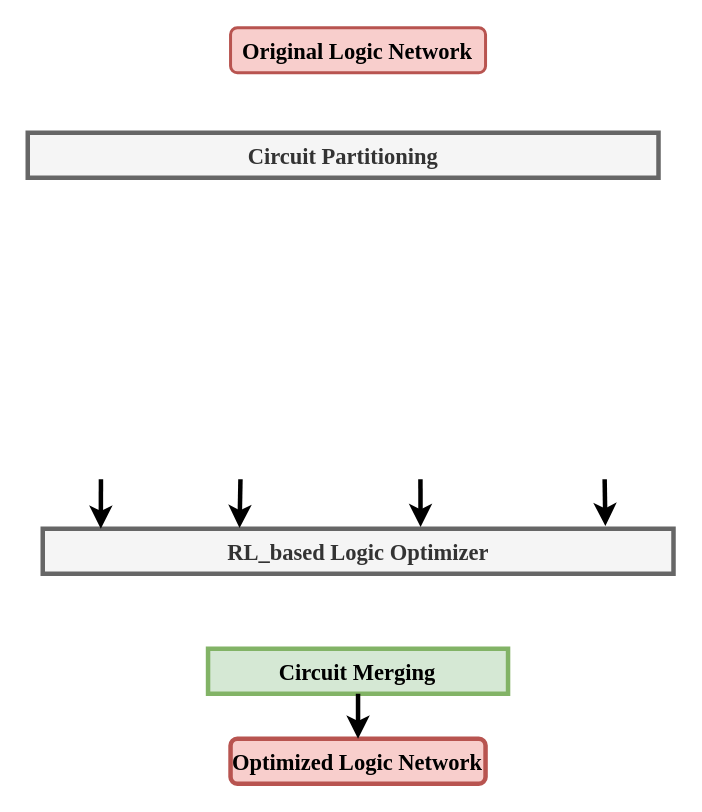
Earlier version of the draw.io diagram Framework.drawio (kxzhu0505/LogicSynOpt). Source tidied: cells renumbered, new cells numbered last; positions are measured from the earlier drawing's top-left corner, leaving out a move shared by most shapes. Both pictures are drawn from the tidied source at 150%, with x=0, y=0 at pixel (27, 27).
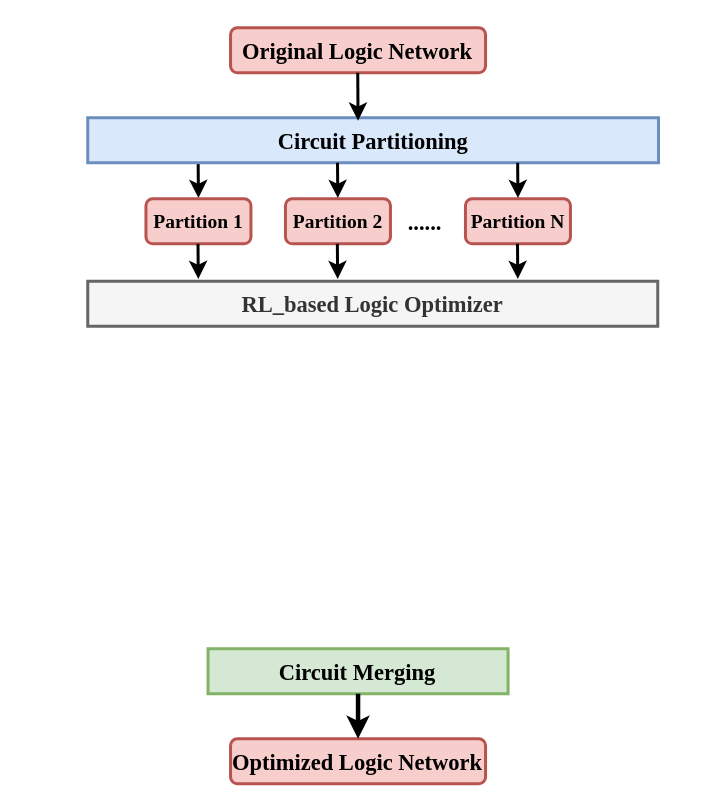
The same page after the edit.

What changed in the source:
```diff
@@
-    <mxCell id="3" value="&lt;font face=&quot;Times New Roman&quot; style=&quot;font-size: 15px;&quot;&gt;RL_based Logic Optimizer&lt;/font&gt;" style="rounded=0;whiteSpace=wrap;html=1;fillColor=#f5f5f5;strokeColor=#666666;fontColor=#333333;fontStyle=1;fontSize=15;strokeWidth=3;" parent="1" vertex="1">
-      <mxGeometry x="10" y="334" width="420.5" height="30" as="geometry" />
+    <mxCell id="3" value="&lt;font face=&quot;Times New Roman&quot; style=&quot;font-size: 15px;&quot;&gt;RL_based Logic Optimizer&lt;/font&gt;" style="rounded=0;whiteSpace=wrap;html=1;fillColor=#f5f5f5;strokeColor=#666666;fontColor=#333333;fontStyle=1;fontSize=15;strokeWidth=2;" parent="1" vertex="1">
+      <mxGeometry x="40" y="169" width="380" height="30" as="geometry" />
     </mxCell>
-    <mxCell id="4" style="edgeStyle=orthogonalEdgeStyle;rounded=0;jettySize=auto;html=1;entryX=0.092;entryY=0;entryDx=0;entryDy=0;entryPerimeter=0;fontStyle=1;fontSize=15;strokeWidth=3;" parent="1" edge="1" target="3">
-      <mxGeometry relative="1" as="geometry">
-        <mxPoint x="48.8" y="301" as="sourcePoint" />
-      </mxGeometry>
-    </mxCell>
-    <mxCell id="5" style="edgeStyle=orthogonalEdgeStyle;rounded=0;jettySize=auto;html=1;entryX=0.312;entryY=-0.015;entryDx=0;entryDy=0;entryPerimeter=0;fontStyle=1;fontSize=15;strokeWidth=3;" parent="1" edge="1" target="3">
+    <mxCell id="5" style="edgeStyle=orthogonalEdgeStyle;rounded=0;orthogonalLoop=1;jettySize=auto;html=1;entryX=0.312;entryY=-0.015;entryDx=0;entryDy=0;entryPerimeter=0;fontStyle=1;fontSize=15;strokeWidth=2;" parent="1" edge="1">
       <mxGeometry relative="1" as="geometry">
-        <mxPoint x="141.8" y="301" as="sourcePoint" />
+        <mxPoint x="113.6" y="90" as="sourcePoint" />
+        <mxPoint x="113.8" y="113.5" as="targetPoint" />
       </mxGeometry>
     </mxCell>
-    <mxCell id="6" style="edgeStyle=orthogonalEdgeStyle;rounded=0;jettySize=auto;html=1;entryX=0.599;entryY=-0.037;entryDx=0;entryDy=0;entryPerimeter=0;fontStyle=1;fontSize=15;strokeWidth=3;" parent="1" edge="1" target="3">
-      <mxGeometry relative="1" as="geometry">
-        <mxPoint x="261.8" y="301" as="sourcePoint" />
-      </mxGeometry>
-    </mxCell>
-    <mxCell id="7" style="edgeStyle=orthogonalEdgeStyle;rounded=0;jettySize=auto;html=1;entryX=0.892;entryY=-0.059;entryDx=0;entryDy=0;entryPerimeter=0;fontStyle=1;fontSize=15;strokeWidth=3;" parent="1" edge="1" target="3">
-      <mxGeometry relative="1" as="geometry">
-        <mxPoint x="384.6" y="301" as="sourcePoint" />
-      </mxGeometry>
-    </mxCell>
-    <mxCell id="8" value="&lt;font face=&quot;Times New Roman&quot; style=&quot;font-size: 15px;&quot;&gt;Circuit Merging&lt;/font&gt;" style="rounded=0;whiteSpace=wrap;html=1;fillColor=#d5e8d4;strokeColor=#82b366;fontStyle=1;fontSize=15;strokeWidth=3;" parent="1" vertex="1">
+    <mxCell id="8" value="&lt;font face=&quot;Times New Roman&quot; style=&quot;font-size: 15px;&quot;&gt;Circuit Merging&lt;/font&gt;" style="rounded=0;whiteSpace=wrap;html=1;fillColor=#d5e8d4;strokeColor=#82b366;fontStyle=1;fontSize=15;strokeWidth=2;" parent="1" vertex="1">
       <mxGeometry x="120.2" y="414" width="200" height="30" as="geometry" />
     </mxCell>
-    <mxCell id="9" value="&lt;font face=&quot;Times New Roman&quot; style=&quot;font-size: 15px;&quot;&gt;Optimized Logic Network&lt;/font&gt;" style="rounded=1;whiteSpace=wrap;html=1;fillColor=#f8cecc;strokeColor=#b85450;fontStyle=1;fontSize=15;strokeWidth=3;" parent="1" vertex="1">
+    <mxCell id="9" value="&lt;font face=&quot;Times New Roman&quot; style=&quot;font-size: 15px;&quot;&gt;Optimized Logic Network&lt;/font&gt;" style="rounded=1;whiteSpace=wrap;html=1;fillColor=#f8cecc;strokeColor=#b85450;fontStyle=1;fontSize=15;strokeWidth=2;" parent="1" vertex="1">
       <mxGeometry x="135.2" y="474" width="170" height="30" as="geometry" />
     </mxCell>
@@
-    <mxCell id="11" value="&lt;font face=&quot;Times New Roman&quot; style=&quot;font-size: 15px;&quot;&gt;Circuit Partitioning&lt;/font&gt;" style="rounded=0;whiteSpace=wrap;html=1;fillColor=#f5f5f5;strokeColor=#666666;fontColor=#333333;fontStyle=1;fontSize=15;strokeWidth=3;" parent="1" vertex="1">
-      <mxGeometry y="70" width="420.5" height="30" as="geometry" />
+    <mxCell id="11" value="&lt;font face=&quot;Times New Roman&quot; style=&quot;font-size: 15px;&quot;&gt;Circuit Partitioning&lt;/font&gt;" style="rounded=0;whiteSpace=wrap;html=1;fillColor=#dae8fc;strokeColor=#6c8ebf;fontStyle=1;fontSize=15;strokeWidth=2;" parent="1" vertex="1">
+      <mxGeometry x="40" y="60" width="380.5" height="30" as="geometry" />
     </mxCell>
+    <mxCell id="12" style="edgeStyle=orthogonalEdgeStyle;rounded=0;orthogonalLoop=1;jettySize=auto;html=1;entryX=0.599;entryY=-0.037;entryDx=0;entryDy=0;entryPerimeter=0;fontStyle=1;fontSize=15;strokeWidth=2;" parent="1" edge="1">
+      <mxGeometry relative="1" as="geometry">
+        <mxPoint x="220" y="30" as="sourcePoint" />
+        <mxPoint x="220.2" y="62" as="targetPoint" />
+      </mxGeometry>
+    </mxCell>
+    <mxCell id="13" value="&lt;font face=&quot;Times New Roman&quot; style=&quot;font-size: 13px;&quot;&gt;Partition 1&lt;/font&gt;" style="rounded=1;whiteSpace=wrap;html=1;fillColor=#f8cecc;strokeColor=#b85450;fontStyle=1;fontSize=13;strokeWidth=2;" parent="1" vertex="1">
+      <mxGeometry x="78.8" y="114" width="70" height="30" as="geometry" />
+    </mxCell>
+    <mxCell id="14" value="&lt;font face=&quot;Times New Roman&quot; style=&quot;font-size: 13px;&quot;&gt;Partition 2&lt;/font&gt;" style="rounded=1;whiteSpace=wrap;html=1;fillColor=#f8cecc;strokeColor=#b85450;fontStyle=1;fontSize=13;strokeWidth=2;" parent="1" vertex="1">
+      <mxGeometry x="171.8" y="114" width="70" height="30" as="geometry" />
+    </mxCell>
+    <mxCell id="15" value="&lt;font face=&quot;Times New Roman&quot; style=&quot;font-size: 13px;&quot;&gt;Partition N&lt;/font&gt;" style="rounded=1;whiteSpace=wrap;html=1;fillColor=#f8cecc;strokeColor=#b85450;fontStyle=1;fontSize=13;strokeWidth=2;" parent="1" vertex="1">
+      <mxGeometry x="291.8" y="114" width="70" height="30" as="geometry" />
+    </mxCell>
+    <mxCell id="16" value="&lt;font face=&quot;Times New Roman&quot; style=&quot;font-size: 15px;&quot;&gt;&lt;span style=&quot;font-size: 15px;&quot;&gt;......&lt;/span&gt;&lt;/font&gt;" style="text;html=1;strokeColor=none;fillColor=none;align=center;verticalAlign=middle;whiteSpace=wrap;rounded=0;fontStyle=1;fontSize=15;strokeWidth=3;" parent="1" vertex="1">
+      <mxGeometry x="234.8" y="114" width="60" height="30" as="geometry" />
+    </mxCell>
+    <mxCell id="17" style="edgeStyle=orthogonalEdgeStyle;rounded=0;orthogonalLoop=1;jettySize=auto;html=1;entryX=0.312;entryY=-0.015;entryDx=0;entryDy=0;entryPerimeter=0;fontStyle=1;fontSize=15;strokeWidth=2;" parent="1" edge="1">
+      <mxGeometry relative="1" as="geometry">
+        <mxPoint x="206.5" y="90" as="sourcePoint" />
+        <mxPoint x="206.7" y="113.5" as="targetPoint" />
+      </mxGeometry>
+    </mxCell>
+    <mxCell id="18" style="edgeStyle=orthogonalEdgeStyle;rounded=0;orthogonalLoop=1;jettySize=auto;html=1;entryX=0.312;entryY=-0.015;entryDx=0;entryDy=0;entryPerimeter=0;fontStyle=1;fontSize=15;strokeWidth=2;" parent="1" edge="1">
+      <mxGeometry relative="1" as="geometry">
+        <mxPoint x="326.6" y="90" as="sourcePoint" />
+        <mxPoint x="326.8" y="113.5" as="targetPoint" />
+      </mxGeometry>
+    </mxCell>
+    <mxCell id="19" style="edgeStyle=orthogonalEdgeStyle;rounded=0;orthogonalLoop=1;jettySize=auto;html=1;entryX=0.312;entryY=-0.015;entryDx=0;entryDy=0;entryPerimeter=0;fontStyle=1;fontSize=15;strokeWidth=2;" parent="1" edge="1">
+      <mxGeometry relative="1" as="geometry">
+        <mxPoint x="113.5" y="144" as="sourcePoint" />
+        <mxPoint x="113.7" y="167.5" as="targetPoint" />
+      </mxGeometry>
+    </mxCell>
+    <mxCell id="20" style="edgeStyle=orthogonalEdgeStyle;rounded=0;orthogonalLoop=1;jettySize=auto;html=1;entryX=0.312;entryY=-0.015;entryDx=0;entryDy=0;entryPerimeter=0;fontStyle=1;fontSize=15;strokeWidth=2;" parent="1" edge="1">
+      <mxGeometry relative="1" as="geometry">
+        <mxPoint x="206.4" y="144" as="sourcePoint" />
+        <mxPoint x="206.6" y="167.5" as="targetPoint" />
+      </mxGeometry>
+    </mxCell>
+    <mxCell id="21" style="edgeStyle=orthogonalEdgeStyle;rounded=0;orthogonalLoop=1;jettySize=auto;html=1;entryX=0.312;entryY=-0.015;entryDx=0;entryDy=0;entryPerimeter=0;fontStyle=1;fontSize=15;strokeWidth=2;" parent="1" edge="1">
+      <mxGeometry relative="1" as="geometry">
+        <mxPoint x="326.5" y="144" as="sourcePoint" />
+        <mxPoint x="326.7" y="167.5" as="targetPoint" />
+      </mxGeometry>
+    </mxCell>
```
